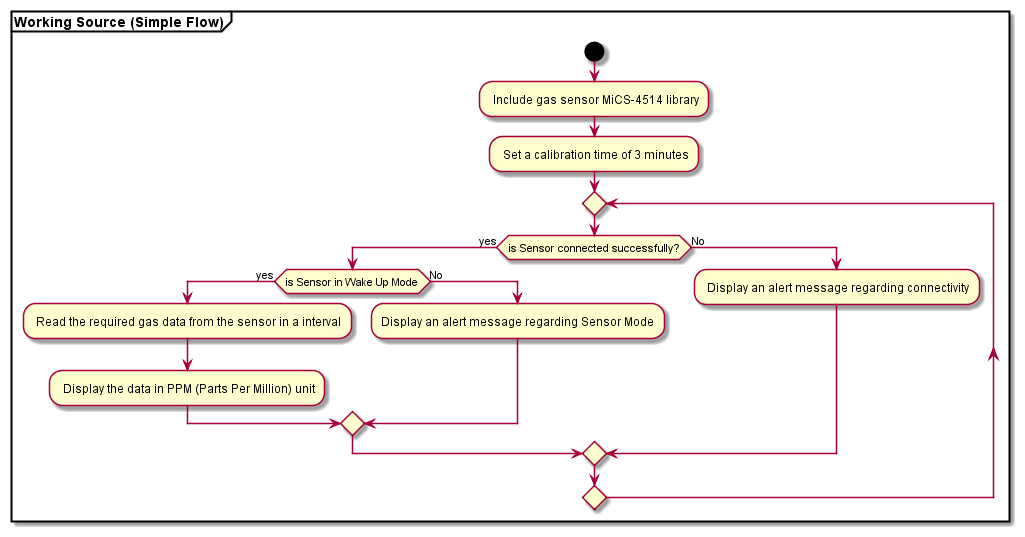
Before: assets/gasSensor_MiCS4514.png, a diagram exported from PlantUML (Pranau-R/gas_sensor).
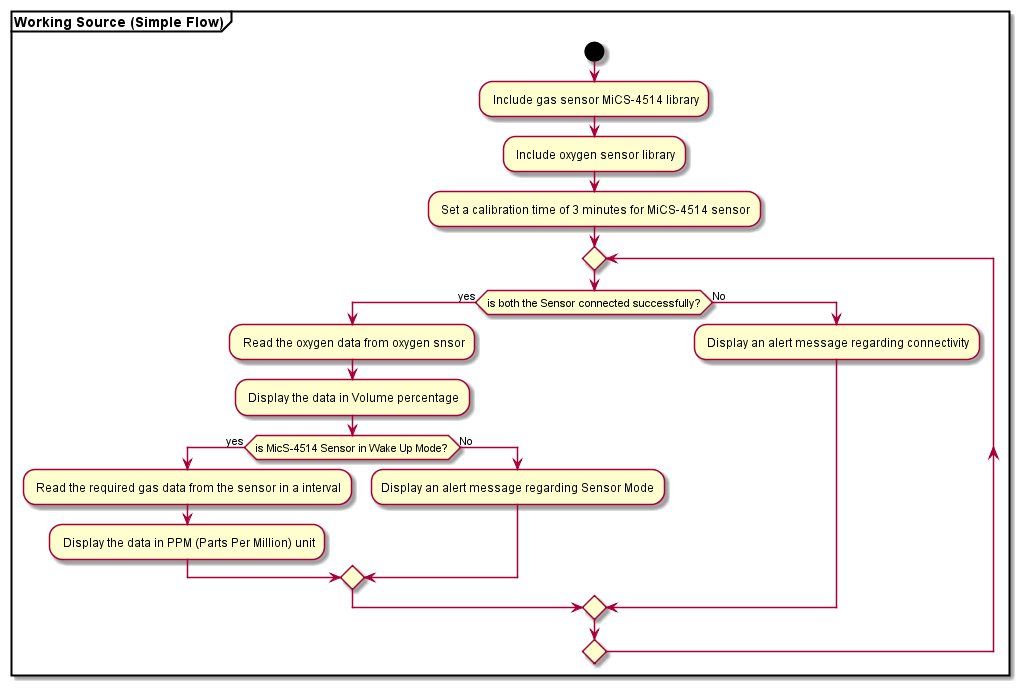
The same diagram one commit later.

Commit message:
#3: updated with Oxygen Sensor

What changed in the source:
```diff
@@ -4,11 +4,14 @@
 start
 
 : Include gas sensor MiCS-4514 library;
-: Set a calibration time of 3 minutes;
+: Include oxygen sensor library;
+: Set a calibration time of 3 minutes for MiCS-4514 sensor;
 
 repeat
-if (is Sensor connected successfully?) then (yes)
-    if (is Sensor in Wake Up Mode) then (yes)
+if (is both the Sensor connected successfully?) then (yes)
+    : Read the oxygen data from oxygen snsor;
+    : Display the data in Volume percentage;
+    if (is MicS-4514 Sensor in Wake Up Mode?) then (yes)
         : Read the required gas data from the sensor in a interval;
         : Display the data in PPM (Parts Per Million) unit;
     else (No)
```
